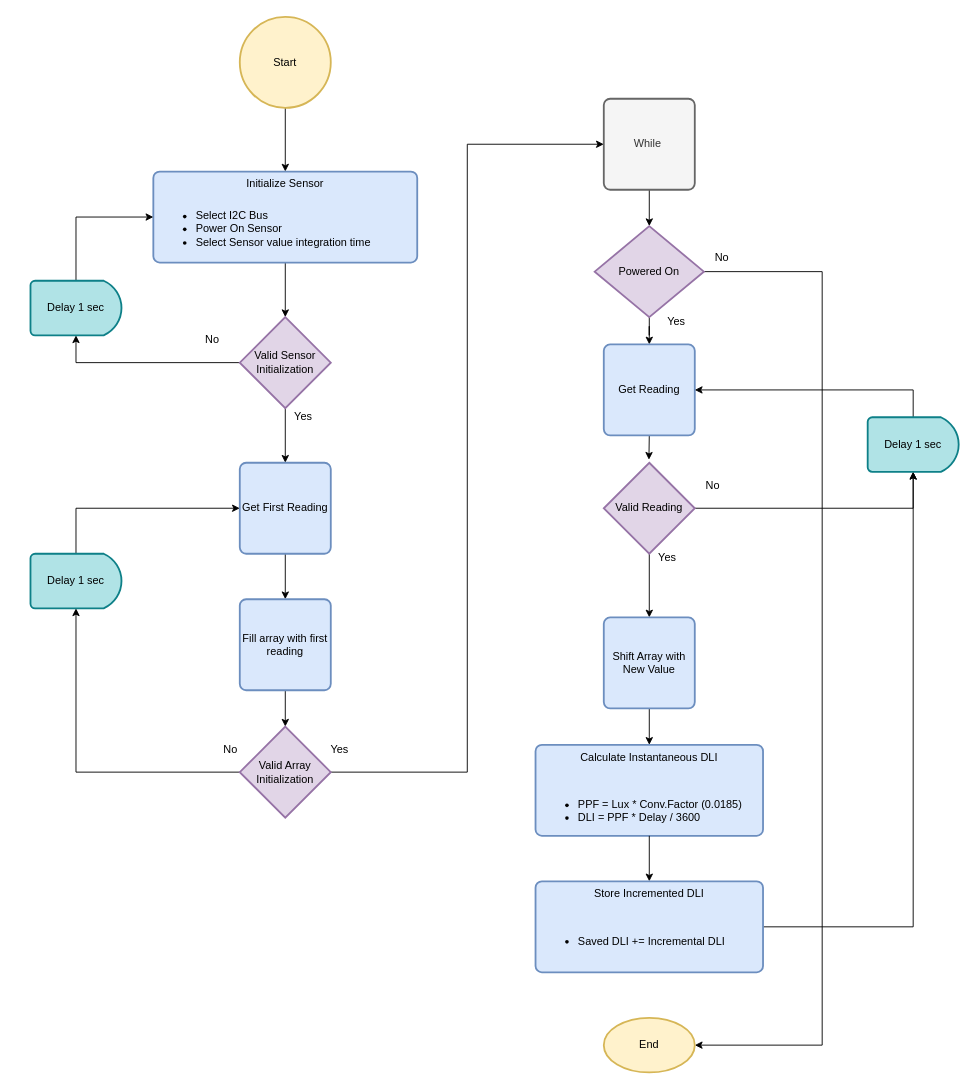
Before: Lux-Sensor-System.drawio in aaMOUSA/aaMOUSA, a draw.io diagram. Source tidied: cells renumbered, new cells numbered last; positions are measured from the earlier drawing's top-left corner, leaving out a move shared by most shapes. Both pictures are drawn from the tidied source at 91%, with x=0, y=0 at pixel (30, 16).
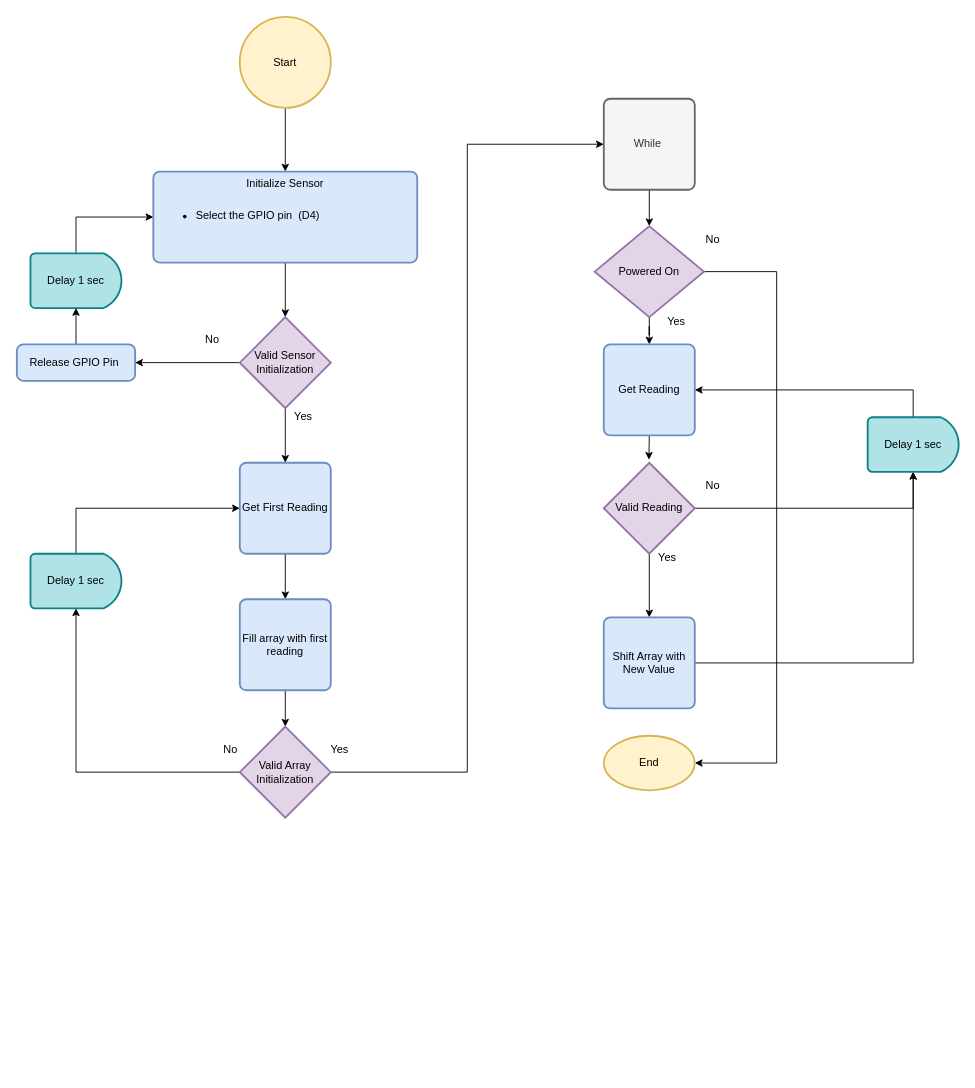
After the change.

Unchanged cells that the change refers to:
```xml
<mxCell id="9" value="Valid Sensor Initialization" style="strokeWidth=2;html=1;shape=mxgraph.flowchart.decision;whiteSpace=wrap;fillColor=#e1d5e7;strokeColor=#9673a6;" parent="1" vertex="1">
  <mxGeometry x="230" y="330" width="100" height="100" as="geometry" />
</mxCell>
<mxCell id="21" value="Powered On" style="strokeWidth=2;html=1;shape=mxgraph.flowchart.decision;whiteSpace=wrap;fillColor=#e1d5e7;strokeColor=#9673a6;" parent="1" vertex="1">
  <mxGeometry x="620" y="230" width="120" height="100" as="geometry" />
</mxCell>
<mxCell id="28" value="Shift Array with New Value" style="rounded=1;whiteSpace=wrap;html=1;absoluteArcSize=1;arcSize=14;strokeWidth=2;fillColor=#dae8fc;strokeColor=#6c8ebf;" parent="1" vertex="1">
  <mxGeometry x="630" y="660" width="100" height="100" as="geometry" />
</mxCell>
<mxCell id="34" value="Delay 1 sec" style="strokeWidth=2;html=1;shape=mxgraph.flowchart.delay;whiteSpace=wrap;fillColor=#b0e3e6;strokeColor=#0e8088;" parent="1" vertex="1">
  <mxGeometry x="920" y="440" width="100" height="60" as="geometry" />
</mxCell>
```

Diff of the diagram source:
```diff
@@
-    <mxCell id="6" value="&lt;ul&gt;&lt;li&gt;Select I2C Bus&lt;/li&gt;&lt;li&gt;Power On Sensor&lt;/li&gt;&lt;li&gt;Select Sensor value integration time&lt;/li&gt;&lt;/ul&gt;" style="text;html=1;strokeColor=none;fillColor=none;align=left;verticalAlign=top;whiteSpace=wrap;rounded=0;" parent="1" vertex="1">
+    <mxCell id="6" value="&lt;ul&gt;&lt;li&gt;Select the GPIO pin&amp;nbsp; (D4)&lt;/li&gt;&lt;/ul&gt;" style="text;html=1;strokeColor=none;fillColor=none;align=left;verticalAlign=top;whiteSpace=wrap;rounded=0;" parent="1" vertex="1">
       <mxGeometry x="140" y="192.5" width="280" height="55" as="geometry" />
     </mxCell>
@@
-    <mxCell id="8" style="edgeStyle=orthogonalEdgeStyle;rounded=0;jettySize=auto;html=1;exitX=0;exitY=0.5;exitDx=0;exitDy=0;exitPerimeter=0;entryX=0.5;entryY=1;entryDx=0;entryDy=0;entryPerimeter=0;" parent="1" edge="1" source="9" target="43">
-      <mxGeometry relative="1" as="geometry" />
-    </mxCell>
+    <mxCell id="50" style="edgeStyle=orthogonalEdgeStyle;rounded=0;jettySize=auto;html=1;exitX=0;exitY=0.5;exitDx=0;exitDy=0;exitPerimeter=0;entryX=1;entryY=0.5;entryDx=0;entryDy=0;" parent="1" edge="1" source="9" target="53">
+      <mxGeometry relative="1" as="geometry" />
+    </mxCell>
@@
     <mxCell id="20" style="edgeStyle=orthogonalEdgeStyle;rounded=0;jettySize=auto;html=1;exitX=1;exitY=0.5;exitDx=0;exitDy=0;exitPerimeter=0;entryX=1;entryY=0.5;entryDx=0;entryDy=0;entryPerimeter=0;" parent="1" edge="1" source="21" target="38">
       <mxGeometry relative="1" as="geometry">
         <Array as="points">
-          <mxPoint x="870" y="280" />
-          <mxPoint x="870" y="1130" />
+          <mxPoint x="820" y="280" />
+          <mxPoint x="820" y="820" />
         </Array>
       </mxGeometry>
     </mxCell>
@@
-    <mxCell id="27" style="edgeStyle=orthogonalEdgeStyle;rounded=0;jettySize=auto;html=1;exitX=0.5;exitY=1;exitDx=0;exitDy=0;entryX=0.5;entryY=0;entryDx=0;entryDy=0;" parent="1" edge="1" source="28" target="44">
-      <mxGeometry relative="1" as="geometry" />
-    </mxCell>
+    <mxCell id="51" style="edgeStyle=orthogonalEdgeStyle;rounded=0;jettySize=auto;html=1;exitX=1;exitY=0.5;exitDx=0;exitDy=0;entryX=0.5;entryY=1;entryDx=0;entryDy=0;entryPerimeter=0;" parent="1" edge="1" source="28" target="34">
+      <mxGeometry relative="1" as="geometry" />
+    </mxCell>
@@
     <mxCell id="38" value="End" style="strokeWidth=2;html=1;shape=mxgraph.flowchart.start_1;whiteSpace=wrap;fillColor=#fff2cc;strokeColor=#d6b656;" parent="1" vertex="1">
-      <mxGeometry x="630" y="1100" width="100" height="60" as="geometry" />
+      <mxGeometry x="630" y="790" width="100" height="60" as="geometry" />
     </mxCell>
     <mxCell id="39" value="No" style="text;html=1;strokeColor=none;fillColor=none;align=center;verticalAlign=middle;whiteSpace=wrap;rounded=0;" parent="1" vertex="1">
-      <mxGeometry x="730" y="250" width="60" height="30" as="geometry" />
+      <mxGeometry x="720" y="230" width="60" height="30" as="geometry" />
     </mxCell>
@@
     <mxCell id="43" value="Delay 1 sec" style="strokeWidth=2;html=1;shape=mxgraph.flowchart.delay;whiteSpace=wrap;fillColor=#b0e3e6;strokeColor=#0e8088;" parent="1" vertex="1">
-      <mxGeometry y="290" width="100" height="60" as="geometry" />
+      <mxGeometry y="260" width="100" height="60" as="geometry" />
     </mxCell>
-    <mxCell id="44" value="Calculate Instantaneous DLI" style="rounded=1;whiteSpace=wrap;html=1;absoluteArcSize=1;arcSize=14;strokeWidth=2;fillColor=#dae8fc;strokeColor=#6c8ebf;verticalAlign=top;" parent="1" vertex="1">
-      <mxGeometry x="555" y="800" width="250" height="100" as="geometry" />
-    </mxCell>
-    <mxCell id="45" style="edgeStyle=orthogonalEdgeStyle;rounded=0;jettySize=auto;html=1;exitX=0.5;exitY=1;exitDx=0;exitDy=0;entryX=0.5;entryY=0;entryDx=0;entryDy=0;" parent="1" edge="1" source="46" target="48">
-      <mxGeometry relative="1" as="geometry" />
-    </mxCell>
-    <mxCell id="46" value="&lt;ul&gt;&lt;li&gt;PPF = Lux * Conv.Factor (0.0185)&lt;/li&gt;&lt;li&gt;DLI = PPF * Delay / 3600&lt;/li&gt;&lt;/ul&gt;" style="text;html=1;strokeColor=none;fillColor=none;align=left;verticalAlign=top;whiteSpace=wrap;rounded=0;" parent="1" vertex="1">
-      <mxGeometry x="560" y="840" width="240" height="60" as="geometry" />
-    </mxCell>
-    <mxCell id="47" style="edgeStyle=orthogonalEdgeStyle;rounded=0;jettySize=auto;html=1;exitX=1;exitY=0.5;exitDx=0;exitDy=0;entryX=0.5;entryY=1;entryDx=0;entryDy=0;entryPerimeter=0;" parent="1" edge="1" source="48" target="34">
-      <mxGeometry relative="1" as="geometry" />
-    </mxCell>
-    <mxCell id="48" value="Store Incremented DLI" style="rounded=1;whiteSpace=wrap;html=1;absoluteArcSize=1;arcSize=14;strokeWidth=2;fillColor=#dae8fc;strokeColor=#6c8ebf;verticalAlign=top;" parent="1" vertex="1">
-      <mxGeometry x="555" y="950" width="250" height="100" as="geometry" />
-    </mxCell>
-    <mxCell id="49" value="&lt;ul&gt;&lt;li&gt;Saved DLI += Incremental DLI&lt;/li&gt;&lt;/ul&gt;" style="text;html=1;strokeColor=none;fillColor=none;align=left;verticalAlign=top;whiteSpace=wrap;rounded=0;" parent="1" vertex="1">
-      <mxGeometry x="560" y="990" width="240" height="60" as="geometry" />
-    </mxCell>
+    <mxCell id="52" style="edgeStyle=orthogonalEdgeStyle;rounded=0;jettySize=auto;html=1;exitX=0.5;exitY=0;exitDx=0;exitDy=0;entryX=0.5;entryY=1;entryDx=0;entryDy=0;entryPerimeter=0;" parent="1" edge="1" source="53" target="43">
+      <mxGeometry relative="1" as="geometry" />
+    </mxCell>
+    <mxCell id="53" value="Release GPIO Pin&amp;nbsp;" style="rounded=1;whiteSpace=wrap;html=1;absoluteArcSize=1;arcSize=14;strokeWidth=2;fillColor=#dae8fc;strokeColor=#6c8ebf;" parent="1" vertex="1">
+      <mxGeometry x="-15" y="360" width="130" height="40" as="geometry" />
+    </mxCell>
```
